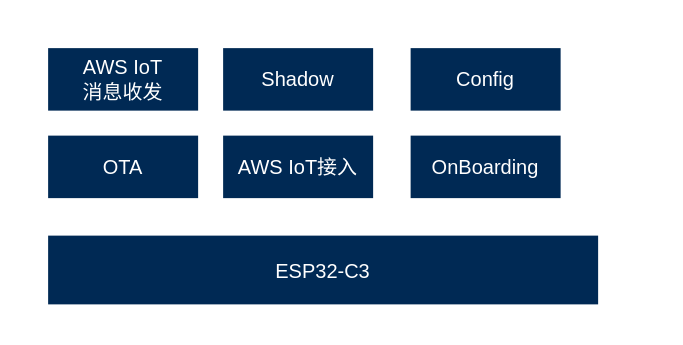
Above: Blueair-IoT模组技术架构.drawio in xunzhaoxusanduo/1-drawio (draw.io), before the change. Source tidied: cells renumbered, new cells numbered last; positions are measured from the earlier drawing's top-left corner, leaving out a move shared by most shapes. Both pictures are drawn from the tidied source at 125%, with x=0, y=0 at pixel (48, 48).
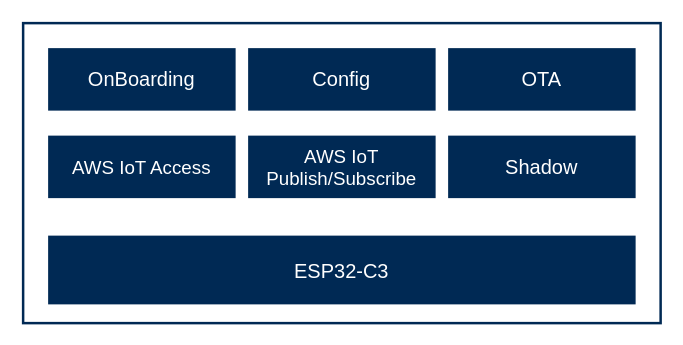
The same diagram, later.

Commit message:
更新Blueair-IoT模组技术架构.drawio

Diff of the diagram source:
```diff
@@
 <mxGraphModel>
   <root>
     <mxCell id="0" />
     <mxCell id="1" parent="0" />
+    <mxCell id="9" style="rounded=0;whiteSpace=wrap;html=1;strokeColor=#002954;strokeWidth=2;" parent="1" vertex="1">
+      <mxGeometry x="-20" y="-20" width="510" height="240" as="geometry" />
+    </mxCell>
     <mxCell id="2" value="&lt;font style=&quot;font-size: 16px;&quot;&gt;ESP32-C3&lt;/font&gt;" style="rounded=0;whiteSpace=wrap;html=1;fillColor=#002954;strokeColor=none;fontColor=#FFFFFF;" parent="1" vertex="1">
-      <mxGeometry y="150" width="440" height="55" as="geometry" />
+      <mxGeometry y="150" width="470" height="55" as="geometry" />
     </mxCell>
-    <mxCell id="3" value="&lt;font style=&quot;font-size: 16px;&quot;&gt;OTA&lt;/font&gt;" style="rounded=0;whiteSpace=wrap;html=1;strokeColor=none;fillColor=#002954;fontColor=#FFFFFF;" parent="1" vertex="1">
-      <mxGeometry y="70" width="120" height="50" as="geometry" />
+    <mxCell id="3" value="&lt;font style=&quot;font-size: 15px;&quot;&gt;AWS IoT Access&lt;/font&gt;" style="rounded=0;whiteSpace=wrap;html=1;strokeColor=none;fillColor=#002954;fontColor=#FFFFFF;" parent="1" vertex="1">
+      <mxGeometry y="70" width="150" height="50" as="geometry" />
     </mxCell>
-    <mxCell id="4" value="&lt;font style=&quot;font-size: 16px;&quot;&gt;AWS IoT接入&lt;/font&gt;" style="rounded=0;whiteSpace=wrap;html=1;strokeColor=none;fillColor=#002954;fontColor=#FFFFFF;" parent="1" vertex="1">
-      <mxGeometry x="140" y="70" width="120" height="50" as="geometry" />
-    </mxCell>
-    <mxCell id="5" value="&lt;font style=&quot;font-size: 16px;&quot;&gt;OnBoarding&lt;/font&gt;" style="rounded=0;whiteSpace=wrap;html=1;strokeColor=none;fillColor=#002954;fontColor=#FFFFFF;" parent="1" vertex="1">
-      <mxGeometry x="290" y="70" width="120" height="50" as="geometry" />
-    </mxCell>
-    <mxCell id="6" value="&lt;font style=&quot;font-size: 16px;&quot;&gt;AWS IoT&lt;/font&gt;&lt;div&gt;&lt;font style=&quot;font-size: 16px;&quot;&gt;消息收发&lt;/font&gt;&lt;/div&gt;" style="rounded=0;whiteSpace=wrap;html=1;strokeColor=none;fillColor=#002954;fontColor=#FFFFFF;" parent="1" vertex="1">
-      <mxGeometry width="120" height="50" as="geometry" />
+    <mxCell id="6" value="&lt;span style=&quot;font-size: 16px;&quot;&gt;OnBoarding&lt;/span&gt;" style="rounded=0;whiteSpace=wrap;html=1;strokeColor=none;fillColor=#002954;fontColor=#FFFFFF;" parent="1" vertex="1">
+      <mxGeometry width="150" height="50" as="geometry" />
     </mxCell>
+    <mxCell id="10" value="&lt;font style=&quot;font-size: 15px;&quot;&gt;AWS IoT&lt;/font&gt;&lt;div style=&quot;font-size: 15px;&quot;&gt;Publish/Subscribe&lt;/div&gt;" style="rounded=0;whiteSpace=wrap;html=1;strokeColor=none;fillColor=#002954;fontColor=#FFFFFF;" parent="1" vertex="1">
+      <mxGeometry x="160" y="70" width="150" height="50" as="geometry" />
+    </mxCell>
     <mxCell id="7" value="&lt;span style=&quot;font-size: 16px;&quot;&gt;Shadow&lt;/span&gt;" style="rounded=0;whiteSpace=wrap;html=1;strokeColor=none;fillColor=#002954;fontColor=#FFFFFF;" parent="1" vertex="1">
-      <mxGeometry x="140" width="120" height="50" as="geometry" />
+      <mxGeometry x="320" y="70" width="150" height="50" as="geometry" />
     </mxCell>
     <mxCell id="8" value="&lt;span style=&quot;font-size: 16px;&quot;&gt;Config&lt;/span&gt;" style="rounded=0;whiteSpace=wrap;html=1;strokeColor=none;fillColor=#002954;fontColor=#FFFFFF;" parent="1" vertex="1">
-      <mxGeometry x="290" width="120" height="50" as="geometry" />
+      <mxGeometry x="160" width="150" height="50" as="geometry" />
     </mxCell>
+    <mxCell id="11" value="&lt;font style=&quot;font-size: 16px;&quot;&gt;OTA&lt;/font&gt;" style="rounded=0;whiteSpace=wrap;html=1;strokeColor=none;fillColor=#002954;fontColor=#FFFFFF;" parent="1" vertex="1">
+      <mxGeometry x="320" width="150" height="50" as="geometry" />
+    </mxCell>
   </root>
 </mxGraphModel>
```
